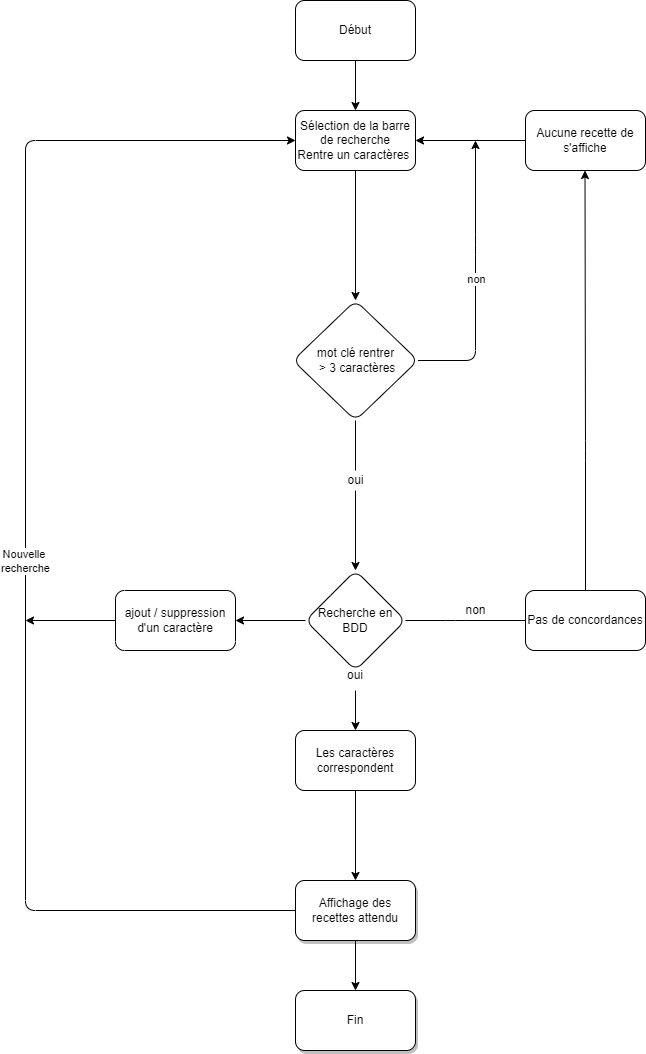
This is public/docs/P07 Search BDD.png from Yan-Coquoz/P07-front-end_search-engine, a draw.io export, as it was before one commit. Source tidied: cells renumbered, new cells last; positions are measured from the earlier drawing's top-left corner, leaving out a move shared by most shapes.
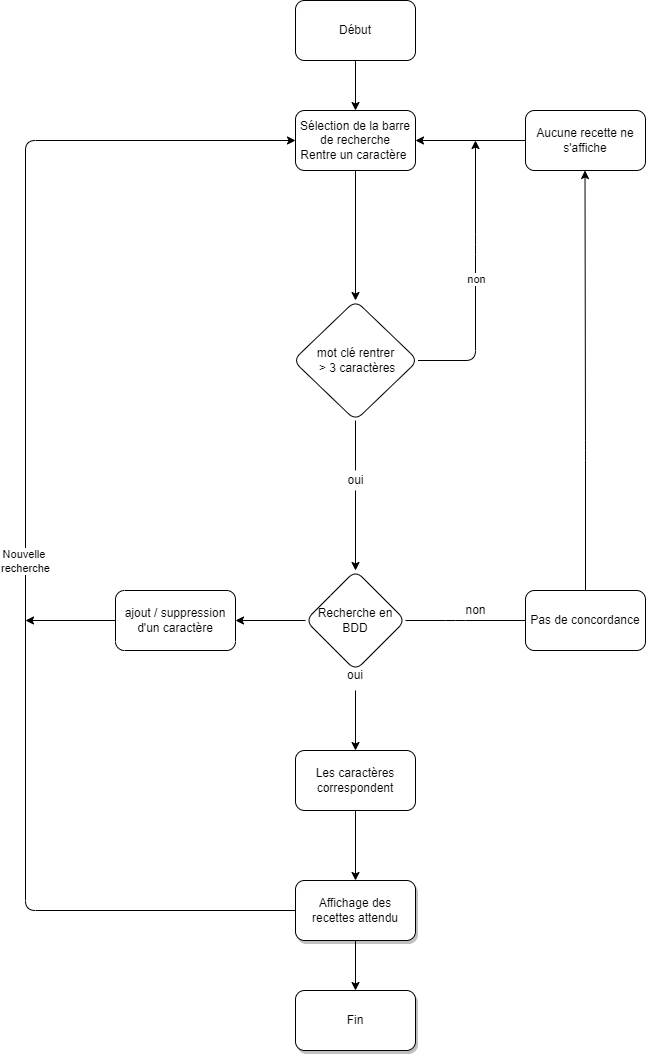
The same file after the commit.

Diff of the diagram source:
```diff
@@ -11,7 +11,7 @@
     <mxCell id="4" style="edgeStyle=orthogonalEdgeStyle;jettySize=auto;html=1;entryX=0.5;entryY=0;entryDx=0;entryDy=0;" parent="1" edge="1" source="5" target="22">
       <mxGeometry relative="1" as="geometry" />
     </mxCell>
-    <mxCell id="5" value="Sélection de la barre de recherche&lt;br&gt;Rentre un caractères&amp;nbsp;" style="whiteSpace=wrap;html=1;rounded=1;" parent="1" vertex="1">
+    <mxCell id="5" value="Sélection de la barre de recherche&lt;br&gt;Rentre un caractère&amp;nbsp;" style="whiteSpace=wrap;html=1;rounded=1;" parent="1" vertex="1">
       <mxGeometry x="270" y="110" width="120" height="60" as="geometry" />
     </mxCell>
     <mxCell id="6" style="edgeStyle=orthogonalEdgeStyle;jettySize=auto;html=1;startArrow=none;" parent="1" edge="1" source="23" target="10">
@@ -27,7 +27,7 @@
       <mxGeometry relative="1" as="geometry" />
     </mxCell>
     <mxCell id="10" value="Les caractères correspondent" style="whiteSpace=wrap;html=1;rounded=1;" parent="1" vertex="1">
-      <mxGeometry x="270" y="730" width="120" height="60" as="geometry" />
+      <mxGeometry x="270" y="750" width="120" height="60" as="geometry" />
     </mxCell>
     <mxCell id="11" style="edgeStyle=orthogonalEdgeStyle;jettySize=auto;html=1;exitX=0;exitY=0.5;exitDx=0;exitDy=0;entryX=0;entryY=0.5;entryDx=0;entryDy=0;" parent="1" edge="1" source="14" target="5">
       <mxGeometry relative="1" as="geometry">
@@ -56,13 +56,13 @@
         </Array>
       </mxGeometry>
     </mxCell>
-    <mxCell id="16" value="Pas de concordances" style="whiteSpace=wrap;html=1;rounded=1;" parent="1" vertex="1">
+    <mxCell id="16" value="Pas de concordance" style="whiteSpace=wrap;html=1;rounded=1;" parent="1" vertex="1">
       <mxGeometry x="500" y="590" width="120" height="60" as="geometry" />
     </mxCell>
     <mxCell id="17" style="edgeStyle=orthogonalEdgeStyle;jettySize=auto;html=1;exitX=0;exitY=0.5;exitDx=0;exitDy=0;" parent="1" edge="1" source="18" target="5">
       <mxGeometry relative="1" as="geometry" />
     </mxCell>
-    <mxCell id="18" value="Aucune recette de s'affiche" style="whiteSpace=wrap;html=1;rounded=1;" parent="1" vertex="1">
+    <mxCell id="18" value="Aucune recette ne s'affiche" style="whiteSpace=wrap;html=1;rounded=1;" parent="1" vertex="1">
       <mxGeometry x="500" y="110" width="120" height="60" as="geometry" />
     </mxCell>
     <mxCell id="19" style="edgeStyle=orthogonalEdgeStyle;rounded=1;jettySize=auto;html=1;startArrow=none;exitX=1;exitY=0.5;exitDx=0;exitDy=0;" parent="1" edge="1" source="22">
```
